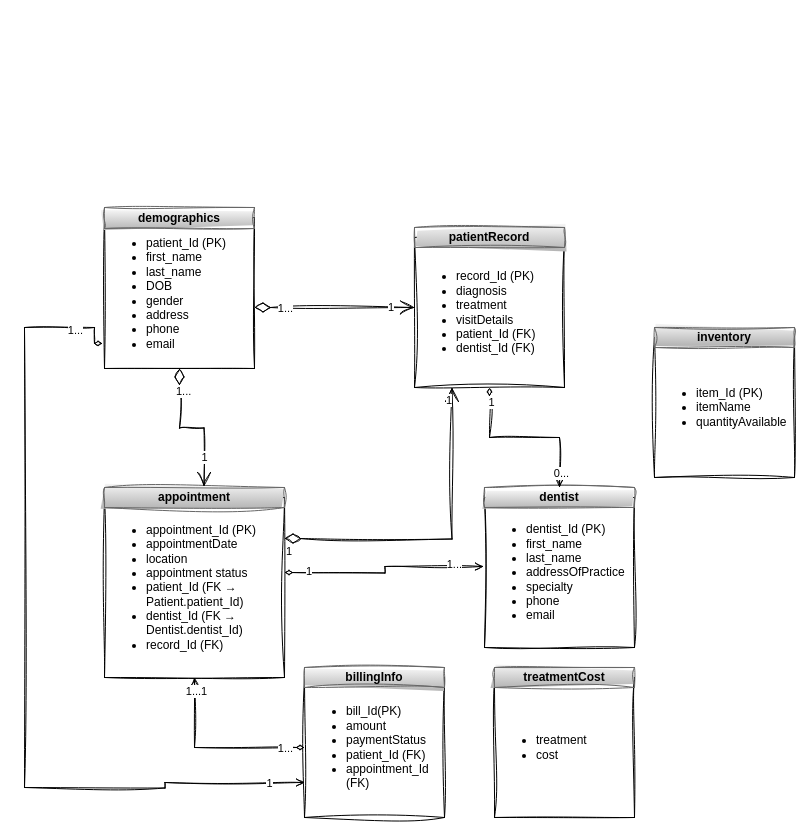
Earlier version of the draw.io diagram UML Diagram.drawio (restjohnson/Database-Project-1). Source tidied: cells renumbered, new cells numbered last; positions are measured from the earlier drawing's top-left corner, leaving out a move shared by most shapes. Both pictures are drawn from the tidied source at 100%, with x=0, y=0 at pixel (24, 207).
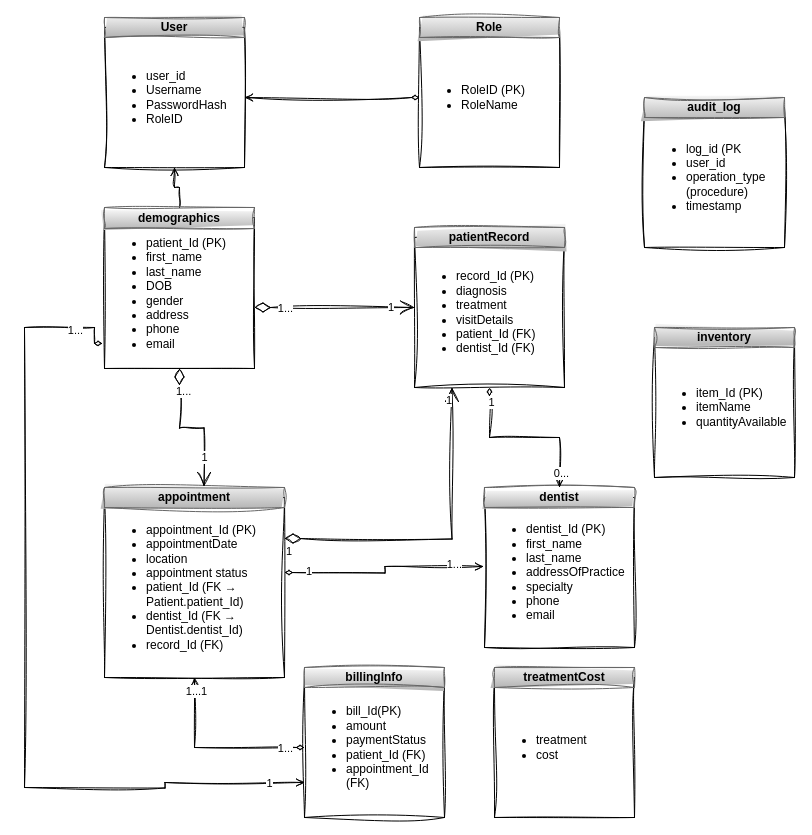
After the change.

The change refers to these unchanged cells:
```xml
<mxCell id="5" value="&lt;b&gt;demographics&lt;/b&gt;" style="rounded=0;whiteSpace=wrap;html=1;fillColor=#f5f5f5;strokeColor=#666666;gradientColor=#b3b3b3;sketch=1;curveFitting=1;jiggle=2;" parent="1" vertex="1">
  <mxGeometry x="80" width="150" height="21" as="geometry" />
</mxCell>
```

What changed in the source:
```diff
@@
+    <mxCell id="38" style="edgeStyle=orthogonalEdgeStyle;rounded=0;jettySize=auto;html=1;exitX=0.5;exitY=0;exitDx=0;exitDy=0;entryX=0.5;entryY=1;entryDx=0;entryDy=0;sketch=1;curveFitting=1;jiggle=2;flowAnimation=1;endArrow=open;endFill=0;" parent="1" edge="1" source="5" target="39">
+      <mxGeometry relative="1" as="geometry" />
+    </mxCell>
@@
+    <mxCell id="39" value="&lt;ul&gt;&lt;li&gt;user_id&lt;/li&gt;&lt;li&gt;Username&lt;/li&gt;&lt;li&gt;PasswordHash&lt;/li&gt;&lt;li&gt;RoleID&lt;/li&gt;&lt;/ul&gt;" style="whiteSpace=wrap;html=1;align=left;rounded=0;sketch=1;curveFitting=1;jiggle=2;" parent="1" vertex="1">
+      <mxGeometry x="80" y="-180" width="140" height="140" as="geometry" />
+    </mxCell>
+    <mxCell id="40" value="&lt;b&gt;User&lt;/b&gt;" style="rounded=0;whiteSpace=wrap;html=1;fillColor=#f5f5f5;gradientColor=#b3b3b3;strokeColor=#666666;sketch=1;curveFitting=1;jiggle=2;" parent="1" vertex="1">
+      <mxGeometry x="80" y="-190" width="140" height="20" as="geometry" />
+    </mxCell>
+    <mxCell id="41" style="edgeStyle=orthogonalEdgeStyle;rounded=0;jettySize=auto;html=1;exitX=0;exitY=0.5;exitDx=0;exitDy=0;sketch=1;curveFitting=1;jiggle=2;endArrow=open;endFill=0;startArrow=diamondThin;startFill=0;" parent="1" edge="1" source="42" target="39">
+      <mxGeometry relative="1" as="geometry" />
+    </mxCell>
+    <mxCell id="42" value="&lt;ul&gt;&lt;li&gt;RoleID (PK)&lt;/li&gt;&lt;li&gt;RoleName&lt;/li&gt;&lt;/ul&gt;" style="whiteSpace=wrap;html=1;align=left;rounded=0;sketch=1;curveFitting=1;jiggle=2;" parent="1" vertex="1">
+      <mxGeometry x="395" y="-180" width="140" height="140" as="geometry" />
+    </mxCell>
+    <mxCell id="43" value="&lt;b&gt;Role&lt;/b&gt;" style="rounded=0;whiteSpace=wrap;html=1;fillColor=#f5f5f5;gradientColor=#b3b3b3;strokeColor=#666666;sketch=1;curveFitting=1;jiggle=2;" parent="1" vertex="1">
+      <mxGeometry x="395" y="-190" width="140" height="20" as="geometry" />
+    </mxCell>
+    <mxCell id="44" value="&lt;ul&gt;&lt;li&gt;log_id (PK&lt;/li&gt;&lt;li&gt;user_id&lt;/li&gt;&lt;li&gt;operation_type (procedure)&lt;/li&gt;&lt;li&gt;timestamp&lt;/li&gt;&lt;/ul&gt;" style="whiteSpace=wrap;html=1;align=left;rounded=0;sketch=1;curveFitting=1;jiggle=2;" parent="1" vertex="1">
+      <mxGeometry x="620" y="-100" width="140" height="140" as="geometry" />
+    </mxCell>
+    <mxCell id="45" value="&lt;b&gt;audit_log&lt;/b&gt;" style="rounded=0;whiteSpace=wrap;html=1;fillColor=#f5f5f5;gradientColor=#b3b3b3;strokeColor=#666666;sketch=1;curveFitting=1;jiggle=2;" parent="1" vertex="1">
+      <mxGeometry x="620" y="-110" width="140" height="20" as="geometry" />
+    </mxCell>
```
